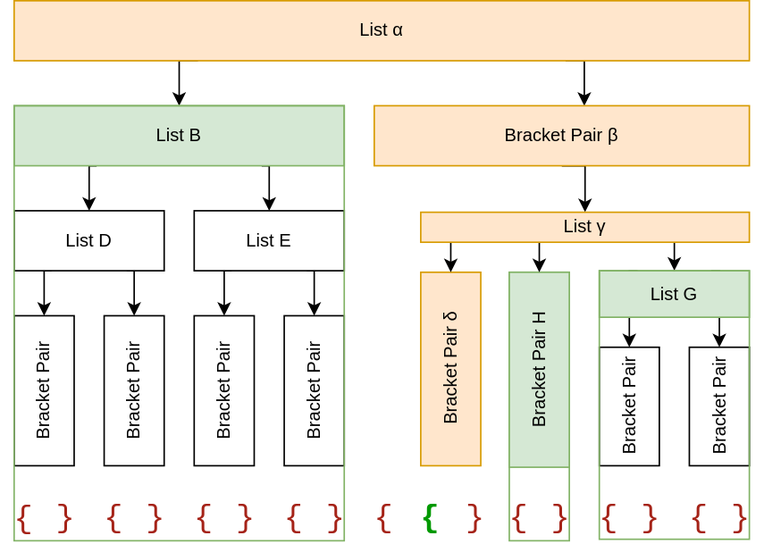
microsoft/vscode-docs keeps this draw.io diagram as blogs/2021/09/06/long-lists-tree-reuse2.dio.svg. Above is the earlier version. Source tidied: cells renumbered, new cells last; positions are measured from the earlier drawing's top-left corner, leaving out a move shared by most shapes.
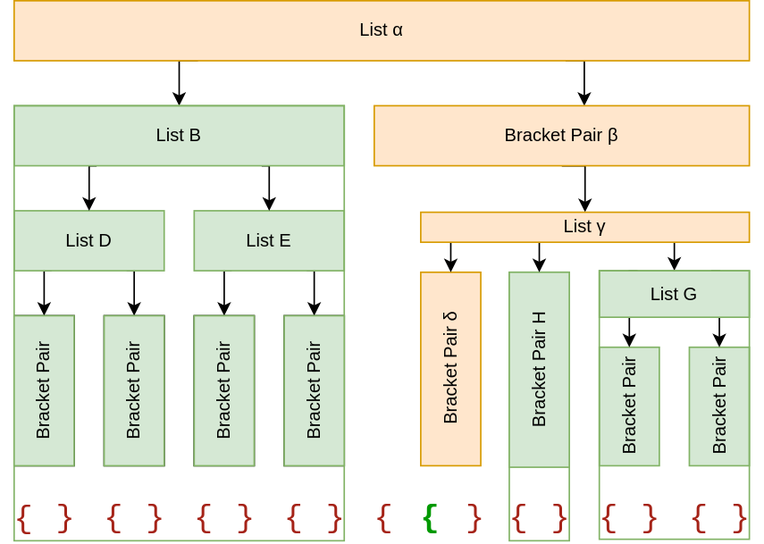
Later version of the same file.

Change to the diagram source:
```diff
@@ -37,10 +37,10 @@
     <mxCell id="10" value="Bracket Pair H" style="rounded=0;whiteSpace=wrap;html=1;horizontal=0;fillColor=#d5e8d4;strokeColor=#82b366;" parent="1" vertex="1">
       <mxGeometry x="339" y="181" width="40" height="130" as="geometry" />
     </mxCell>
-    <mxCell id="11" value="Bracket Pair" style="rounded=0;whiteSpace=wrap;html=1;horizontal=0;" parent="1" vertex="1">
+    <mxCell id="11" value="Bracket Pair" style="rounded=0;whiteSpace=wrap;html=1;horizontal=0;fillColor=#d5e8d4;strokeColor=#82b366;" parent="1" vertex="1">
       <mxGeometry x="399" y="231" width="40" height="79" as="geometry" />
     </mxCell>
-    <mxCell id="12" value="Bracket Pair" style="rounded=0;whiteSpace=wrap;html=1;horizontal=0;" parent="1" vertex="1">
+    <mxCell id="12" value="Bracket Pair" style="rounded=0;whiteSpace=wrap;html=1;horizontal=0;fillColor=#d5e8d4;strokeColor=#82b366;" parent="1" vertex="1">
       <mxGeometry x="459" y="231" width="40" height="79" as="geometry" />
     </mxCell>
     <mxCell id="13" value="{" style="text;html=1;align=center;verticalAlign=middle;strokeColor=none;fontSize=21;fontFamily=Courier New;fontColor=#A52318;" parent="1" vertex="1">
@@ -60,7 +60,7 @@
         </Array>
       </mxGeometry>
     </mxCell>
-    <mxCell id="16" value="List E" style="rounded=0;whiteSpace=wrap;html=1;" parent="1" vertex="1">
+    <mxCell id="16" value="List E" style="rounded=0;whiteSpace=wrap;html=1;fillColor=#d5e8d4;strokeColor=#82b366;" parent="1" vertex="1">
       <mxGeometry x="129" y="140" width="100" height="40" as="geometry" />
     </mxCell>
     <mxCell id="17" style="edgeStyle=orthogonalEdgeStyle;rounded=0;jettySize=auto;html=1;exitX=0.25;exitY=1;exitDx=0;exitDy=0;" parent="1" edge="1" source="19" target="11">
@@ -94,7 +94,7 @@
         </Array>
       </mxGeometry>
     </mxCell>
-    <mxCell id="22" value="List D" style="rounded=0;whiteSpace=wrap;html=1;" parent="1" vertex="1">
+    <mxCell id="22" value="List D" style="rounded=0;whiteSpace=wrap;html=1;fillColor=#d5e8d4;strokeColor=#82b366;" parent="1" vertex="1">
       <mxGeometry x="9" y="140" width="100" height="40" as="geometry" />
     </mxCell>
     <mxCell id="23" style="edgeStyle=orthogonalEdgeStyle;rounded=0;jettySize=auto;html=1;exitX=0.25;exitY=1;exitDx=0;exitDy=0;" parent="1" edge="1" source="25" target="22">
@@ -193,5 +193,17 @@
     <mxCell id="50" style="rounded=0;whiteSpace=wrap;html=1;fontFamily=Helvetica;strokeColor=#82b366;fillColor=none;" parent="1" vertex="1">
       <mxGeometry x="9" y="70" width="220" height="290" as="geometry" />
     </mxCell>
+    <mxCell id="51" value="Bracket Pair" style="rounded=0;whiteSpace=wrap;html=1;horizontal=0;fillColor=#d5e8d4;strokeColor=#82b366;" parent="1" vertex="1">
+      <mxGeometry x="9" y="210" width="40" height="100" as="geometry" />
+    </mxCell>
+    <mxCell id="52" value="Bracket Pair" style="rounded=0;whiteSpace=wrap;html=1;horizontal=0;fillColor=#d5e8d4;strokeColor=#82b366;" parent="1" vertex="1">
+      <mxGeometry x="69" y="210" width="40" height="100" as="geometry" />
+    </mxCell>
+    <mxCell id="53" value="Bracket Pair" style="rounded=0;whiteSpace=wrap;html=1;horizontal=0;fillColor=#d5e8d4;strokeColor=#82b366;" parent="1" vertex="1">
+      <mxGeometry x="129" y="210" width="40" height="100" as="geometry" />
+    </mxCell>
+    <mxCell id="54" value="Bracket Pair" style="rounded=0;whiteSpace=wrap;html=1;horizontal=0;fillColor=#d5e8d4;strokeColor=#82b366;" parent="1" vertex="1">
+      <mxGeometry x="189" y="210" width="40" height="100" as="geometry" />
+    </mxCell>
   </root>
 </mxGraphModel>
```
